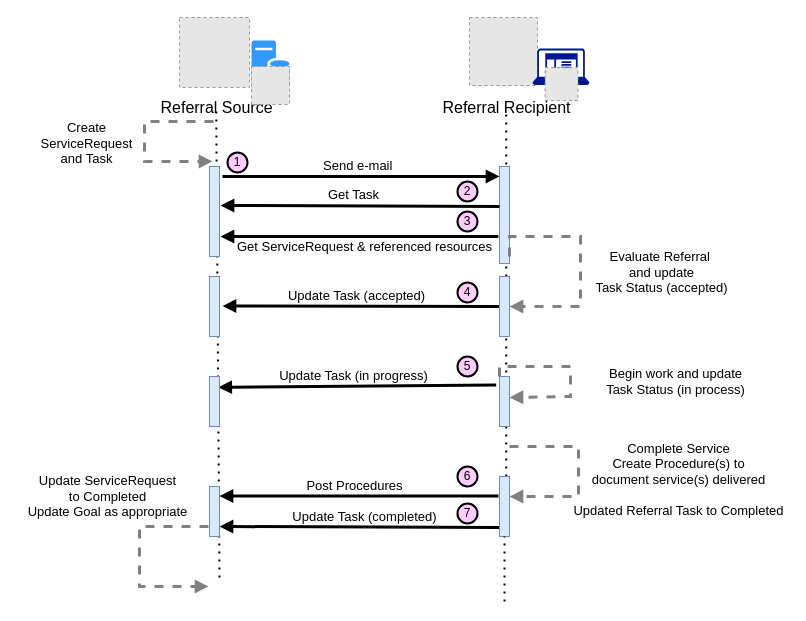
The draw.io diagram Images Source/DetailedDirectReferralLight.drawio in HL7/fhir-sdoh-clinicalcare, before the edit. Source tidied: cells renumbered, new cells numbered last; positions are measured from the earlier drawing's top-left corner, leaving out a move shared by most shapes. Both pictures are drawn from the tidied source at 100%, with x=0, y=0 at pixel (17, 17). Pictures stored in the file or linked from it are replaced by grey dashed boxes.
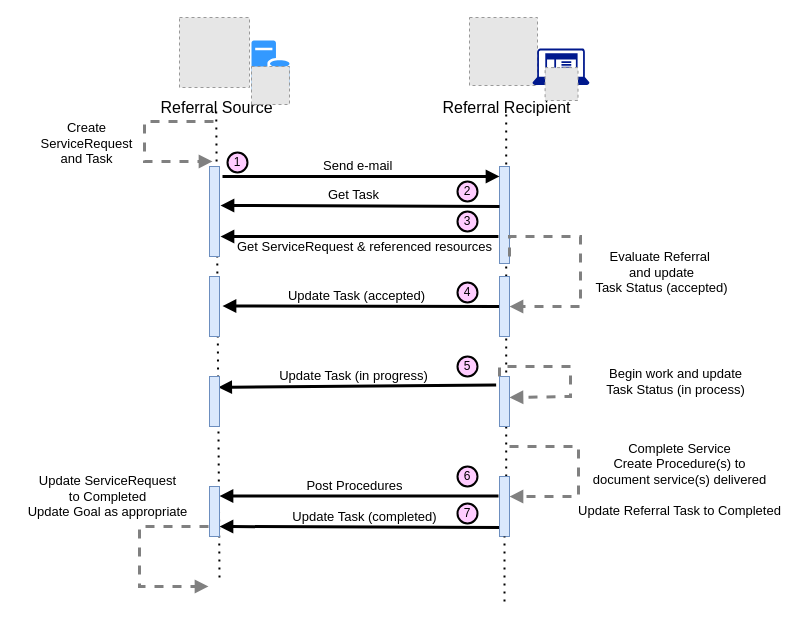
Above is the later version.

The edit, as a diff of the source:
```diff
@@
-    <mxCell id="22" value="&lt;span style=&quot;font-size: 13px; text-align: left; background-color: rgb(255, 255, 255);&quot;&gt;Complete Service&lt;/span&gt;&lt;br style=&quot;font-size: 13px; text-align: left;&quot;&gt;&lt;span style=&quot;font-size: 13px; text-align: left; background-color: rgb(255, 255, 255);&quot;&gt;Create Procedure(s) to &lt;br style=&quot;font-size: 13px;&quot;&gt;document&amp;nbsp;service(s) delivered&lt;br&gt;&lt;/span&gt;&lt;br style=&quot;font-size: 13px; text-align: left;&quot;&gt;&lt;span style=&quot;font-size: 13px; text-align: left; background-color: rgb(255, 255, 255);&quot;&gt;Updated Referral Task to Completed&lt;/span&gt;" style="text;html=1;align=center;verticalAlign=middle;strokeColor=none;fillColor=none;fontSize=13;" parent="1" vertex="1">
-      <mxGeometry x="551" y="420" width="220" height="84" as="geometry" />
+    <mxCell id="22" value="&lt;span style=&quot;font-size: 13px; text-align: left; background-color: rgb(255, 255, 255);&quot;&gt;Complete Service&lt;/span&gt;&lt;br style=&quot;font-size: 13px; text-align: left;&quot;&gt;&lt;span style=&quot;font-size: 13px; text-align: left; background-color: rgb(255, 255, 255);&quot;&gt;Create Procedure(s) to &lt;br style=&quot;font-size: 13px;&quot;&gt;document&amp;nbsp;service(s) delivered&lt;br&gt;&lt;/span&gt;&lt;br style=&quot;font-size: 13px; text-align: left;&quot;&gt;&lt;span style=&quot;font-size: 13px; text-align: left; background-color: rgb(255, 255, 255);&quot;&gt;Update Referral Task to Completed&lt;/span&gt;" style="text;html=1;align=center;verticalAlign=middle;strokeColor=none;fillColor=none;fontSize=13;" parent="1" vertex="1">
+      <mxGeometry x="551" y="417" width="221" height="90" as="geometry" />
     </mxCell>
```
